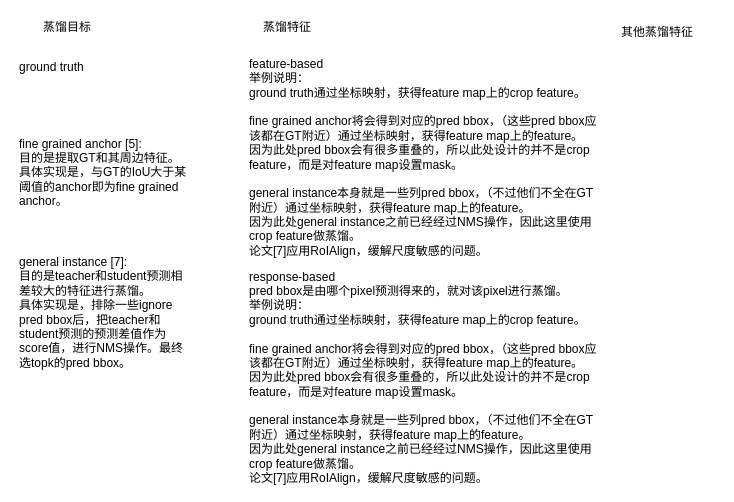
Before: kd_总结.drawio in wennieWN/UML, a draw.io diagram. Source tidied: cells renumbered, new cells numbered last; positions are measured from the earlier drawing's top-left corner, leaving out a move shared by most shapes. Both pictures are drawn from the tidied source at 100%, with x=0, y=0 at pixel (17, 17).
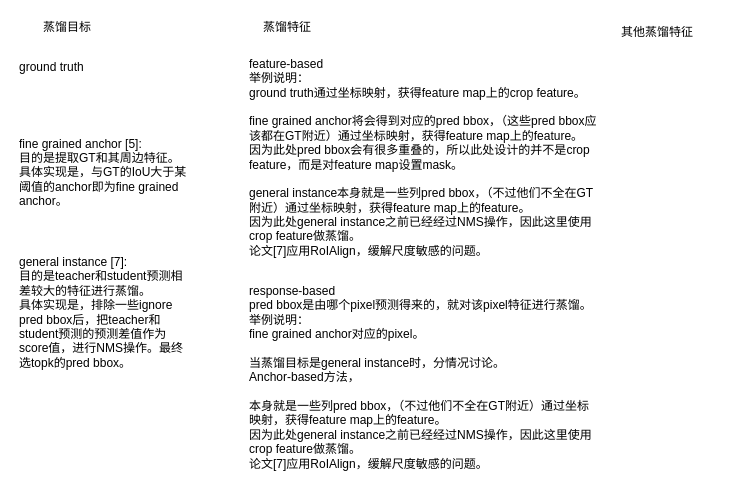
The same diagram, later.

Change to the diagram source:
```diff
@@
 <mxGraphModel>
   <root>
     <mxCell id="0" />
     <mxCell id="1" parent="0" />
     <mxCell id="2" value="蒸馏目标" style="text;html=1;strokeColor=none;fillColor=none;align=center;verticalAlign=middle;whiteSpace=wrap;rounded=0;" parent="1" vertex="1">
       <mxGeometry width="100" height="20" as="geometry" />
     </mxCell>
     <mxCell id="3" value="蒸馏特征" style="text;html=1;strokeColor=none;fillColor=none;align=center;verticalAlign=middle;whiteSpace=wrap;rounded=0;" parent="1" vertex="1">
       <mxGeometry x="220" width="100" height="20" as="geometry" />
     </mxCell>
     <mxCell id="4" value="其他蒸馏特征" style="text;html=1;strokeColor=none;fillColor=none;align=center;verticalAlign=middle;whiteSpace=wrap;rounded=0;" parent="1" vertex="1">
       <mxGeometry x="580" width="120" height="30" as="geometry" />
     </mxCell>
     <mxCell id="5" value="ground truth" style="text;html=1;strokeColor=none;fillColor=none;align=left;verticalAlign=middle;whiteSpace=wrap;rounded=0;" parent="1" vertex="1">
       <mxGeometry y="40" width="100" height="20" as="geometry" />
     </mxCell>
     <mxCell id="6" value="feature-based&lt;br&gt;举例说明：&lt;br&gt;ground truth通过坐标映射，获得feature map上的crop feature。&lt;br&gt;&lt;br&gt;fine grained anchor将会得到对应的pred bbox，（这些pred bbox应该都在GT附近）通过坐标映射，获得feature map上的feature。&lt;br&gt;因为此处pred bbox会有很多重叠的，所以此处设计的并不是crop feature，而是对feature map设置mask。&lt;br&gt;&lt;br&gt;general instance本身就是一些列pred bbox，（不过他们不全在GT附近）通过坐标映射，获得feature map上的feature。&lt;br&gt;因为此处general instance之前已经经过NMS操作，因此这里使用crop feature做蒸馏。&lt;br&gt;论文[7]应用RoIAlign，缓解尺度敏感的问题。" style="text;html=1;strokeColor=none;fillColor=none;align=left;verticalAlign=middle;whiteSpace=wrap;rounded=0;" parent="1" vertex="1">
       <mxGeometry x="230" y="40" width="350" height="200" as="geometry" />
     </mxCell>
     <mxCell id="7" value="fine grained anchor [5]:&lt;br&gt;目的是提取GT和其周边特征。具体实现是，与GT的IoU大于某阈值的anchor即为fine grained anchor。" style="text;html=1;strokeColor=none;fillColor=none;align=left;verticalAlign=middle;whiteSpace=wrap;rounded=0;" parent="1" vertex="1">
       <mxGeometry y="100" width="170" height="110" as="geometry" />
     </mxCell>
     <mxCell id="8" value="general instance [7]:&lt;br&gt;目的是teacher和student预测相差较大的特征进行蒸馏。&lt;br&gt;具体实现是，排除一些ignore pred bbox后，把teacher和student预测的预测差值作为score值，进行NMS操作。最终选topk的pred bbox。" style="text;html=1;strokeColor=none;fillColor=none;align=left;verticalAlign=middle;whiteSpace=wrap;rounded=0;" parent="1" vertex="1">
       <mxGeometry y="240" width="170" height="110" as="geometry" />
     </mxCell>
-    <mxCell id="9" value="response-based&lt;br&gt;pred bbox是由哪个pixel预测得来的，就对该pixel进行蒸馏。&lt;br&gt;举例说明：&lt;br&gt;ground truth通过坐标映射，获得feature map上的crop feature。&lt;br&gt;&lt;br&gt;fine grained anchor将会得到对应的pred bbox，（这些pred bbox应该都在GT附近）通过坐标映射，获得feature map上的feature。&lt;br&gt;因为此处pred bbox会有很多重叠的，所以此处设计的并不是crop feature，而是对feature map设置mask。&lt;br&gt;&lt;br&gt;general instance本身就是一些列pred bbox，（不过他们不全在GT附近）通过坐标映射，获得feature map上的feature。&lt;br&gt;因为此处general instance之前已经经过NMS操作，因此这里使用crop feature做蒸馏。&lt;br&gt;论文[7]应用RoIAlign，缓解尺度敏感的问题。" style="text;html=1;strokeColor=none;fillColor=none;align=left;verticalAlign=middle;whiteSpace=wrap;rounded=0;" parent="1" vertex="1">
+    <mxCell id="9" value="response-based&lt;br&gt;pred bbox是由哪个pixel预测得来的，就对该pixel特征进行蒸馏。&lt;br&gt;举例说明：&lt;br&gt;fine grained anchor对应的pixel。&lt;br&gt;&lt;br&gt;当蒸馏目标是general instance时，分情况讨论。&lt;br&gt;Anchor-based方法，&lt;br&gt;&lt;br&gt;本身就是一些列pred bbox，（不过他们不全在GT附近）通过坐标映射，获得feature map上的feature。&lt;br&gt;因为此处general instance之前已经经过NMS操作，因此这里使用crop feature做蒸馏。&lt;br&gt;论文[7]应用RoIAlign，缓解尺度敏感的问题。" style="text;html=1;strokeColor=none;fillColor=none;align=left;verticalAlign=middle;whiteSpace=wrap;rounded=0;" parent="1" vertex="1">
       <mxGeometry x="230" y="260" width="350" height="200" as="geometry" />
     </mxCell>
   </root>
 </mxGraphModel>
```
